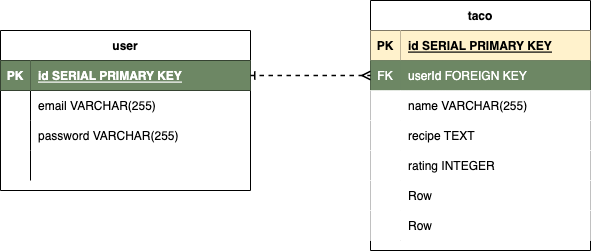
Earlier version of the draw.io export ERD.drawio.png (taekim90/project-2-auth). Source tidied: cells renumbered, new cells last; positions are measured from the earlier drawing's top-left corner, leaving out a move shared by most shapes.
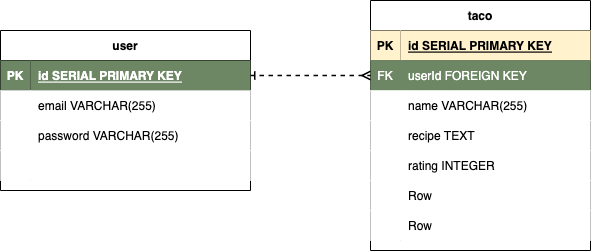
The same diagram one commit later.

The edit, as a diff of the source:
```diff
@@ -14,31 +14,31 @@
     <mxCell id="5" value="id SERIAL PRIMARY KEY" style="shape=partialRectangle;fillColor=#6d8764;top=0;left=0;bottom=0;right=0;align=left;spacingLeft=6;fontStyle=5;overflow=hidden;fontColor=#ffffff;strokeColor=#3A5431;" parent="3" vertex="1">
       <mxGeometry x="30" width="220" height="30" as="geometry" />
     </mxCell>
-    <mxCell id="6" style="shape=tableRow;horizontal=0;startSize=0;swimlaneHead=0;swimlaneBody=0;fillColor=none;top=0;left=0;right=0;bottom=0;" parent="2" vertex="1">
+    <mxCell id="6" style="shape=tableRow;horizontal=0;startSize=0;swimlaneHead=0;swimlaneBody=0;top=0;left=0;right=0;bottom=0;" parent="2" vertex="1">
       <mxGeometry y="60" width="250" height="30" as="geometry" />
     </mxCell>
-    <mxCell id="7" style="shape=partialRectangle;fillColor=none;top=0;left=0;bottom=0;right=0;overflow=hidden;" parent="6" vertex="1">
+    <mxCell id="7" style="shape=partialRectangle;top=0;left=0;bottom=0;right=0;overflow=hidden;" parent="6" vertex="1">
       <mxGeometry width="30" height="30" as="geometry" />
     </mxCell>
-    <mxCell id="8" value="email VARCHAR(255)" style="shape=partialRectangle;fillColor=none;top=0;left=0;bottom=0;right=0;align=left;spacingLeft=6;overflow=hidden;" parent="6" vertex="1">
+    <mxCell id="8" value="email VARCHAR(255)" style="shape=partialRectangle;top=0;left=0;bottom=0;right=0;align=left;spacingLeft=6;overflow=hidden;" parent="6" vertex="1">
       <mxGeometry x="30" width="220" height="30" as="geometry" />
     </mxCell>
-    <mxCell id="9" style="shape=tableRow;horizontal=0;startSize=0;swimlaneHead=0;swimlaneBody=0;fillColor=none;top=0;left=0;right=0;bottom=0;" parent="2" vertex="1">
+    <mxCell id="9" style="shape=tableRow;horizontal=0;startSize=0;swimlaneHead=0;swimlaneBody=0;top=0;left=0;right=0;bottom=0;" parent="2" vertex="1">
       <mxGeometry y="90" width="250" height="30" as="geometry" />
     </mxCell>
-    <mxCell id="10" style="shape=partialRectangle;fillColor=none;top=0;left=0;bottom=0;right=0;overflow=hidden;" parent="9" vertex="1">
+    <mxCell id="10" style="shape=partialRectangle;top=0;left=0;bottom=0;right=0;overflow=hidden;" parent="9" vertex="1">
       <mxGeometry width="30" height="30" as="geometry" />
     </mxCell>
-    <mxCell id="11" value="password VARCHAR(255)" style="shape=partialRectangle;fillColor=none;top=0;left=0;bottom=0;right=0;align=left;spacingLeft=6;overflow=hidden;" parent="9" vertex="1">
+    <mxCell id="11" value="password VARCHAR(255)" style="shape=partialRectangle;top=0;left=0;bottom=0;right=0;align=left;spacingLeft=6;overflow=hidden;" parent="9" vertex="1">
       <mxGeometry x="30" width="220" height="30" as="geometry" />
     </mxCell>
-    <mxCell id="12" style="shape=tableRow;horizontal=0;startSize=0;swimlaneHead=0;swimlaneBody=0;fillColor=none;top=0;left=0;right=0;bottom=0;" parent="2" vertex="1">
+    <mxCell id="12" style="shape=tableRow;horizontal=0;startSize=0;swimlaneHead=0;swimlaneBody=0;top=0;left=0;right=0;bottom=0;" parent="2" vertex="1">
       <mxGeometry y="120" width="250" height="30" as="geometry" />
     </mxCell>
-    <mxCell id="13" style="shape=partialRectangle;fillColor=none;top=0;left=0;bottom=0;right=0;overflow=hidden;" parent="12" vertex="1">
+    <mxCell id="13" style="shape=partialRectangle;top=0;left=0;bottom=0;right=0;overflow=hidden;" parent="12" vertex="1">
       <mxGeometry width="30" height="30" as="geometry" />
     </mxCell>
-    <mxCell id="14" style="shape=partialRectangle;fillColor=none;top=0;left=0;bottom=0;right=0;align=left;spacingLeft=6;overflow=hidden;" parent="12" vertex="1">
+    <mxCell id="14" style="shape=partialRectangle;top=0;left=0;bottom=0;right=0;align=left;spacingLeft=6;overflow=hidden;" parent="12" vertex="1">
       <mxGeometry x="30" width="220" height="30" as="geometry" />
     </mxCell>
     <mxCell id="15" value="taco" style="shape=table;startSize=30;rowLines=0;fontStyle=1;align=center;" parent="1" vertex="1">
```
